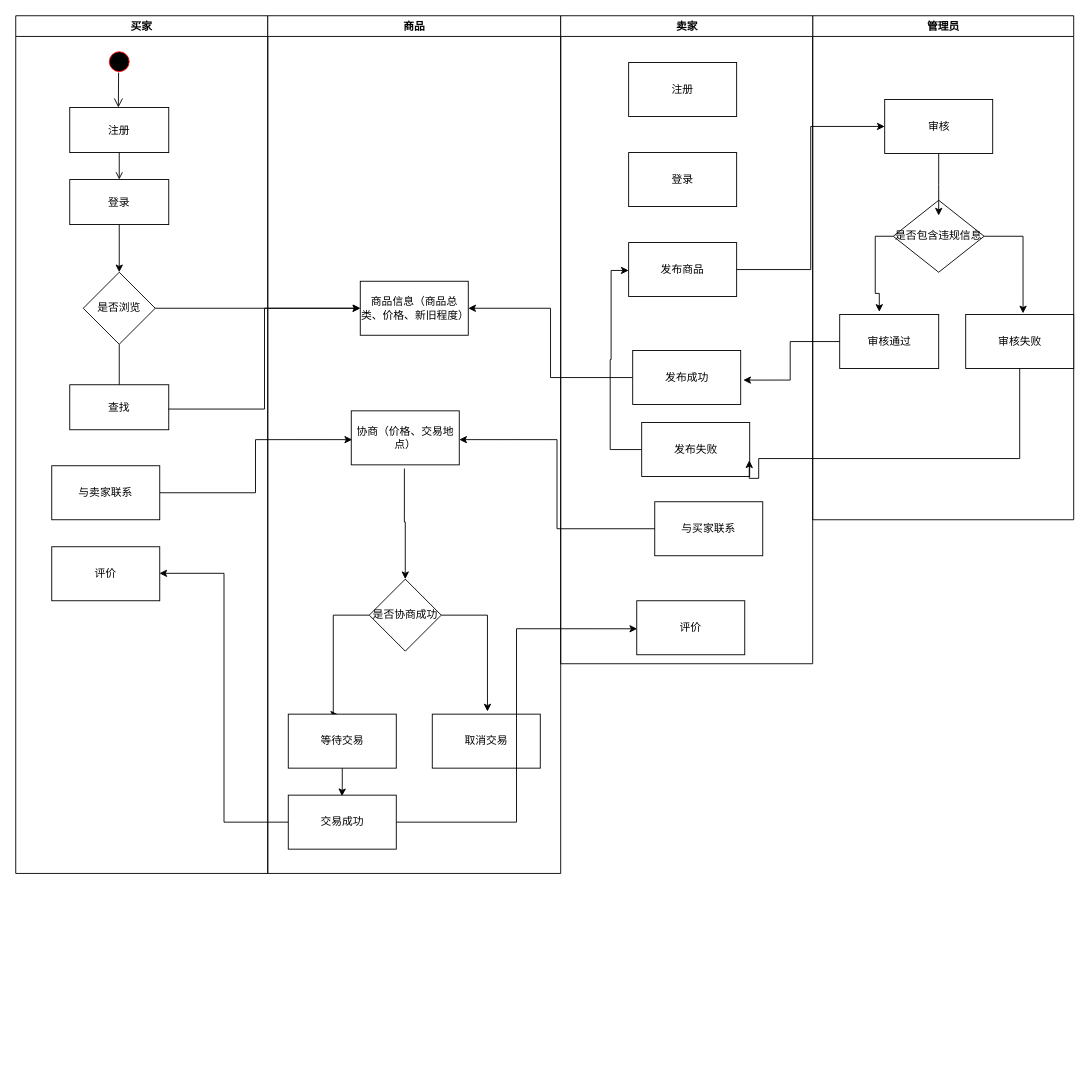
200928/image keeps this draw.io diagram as page "Page-1" (1 of 2) of Untitled Diagram.drawio. Above is the earlier version. Source tidied: cells renumbered, new cells numbered last; positions are measured from the earlier drawing's top-left corner, leaving out a move shared by most shapes. Both pictures are drawn from the tidied source at 90%, with x=0, y=0 at pixel (15, 15).
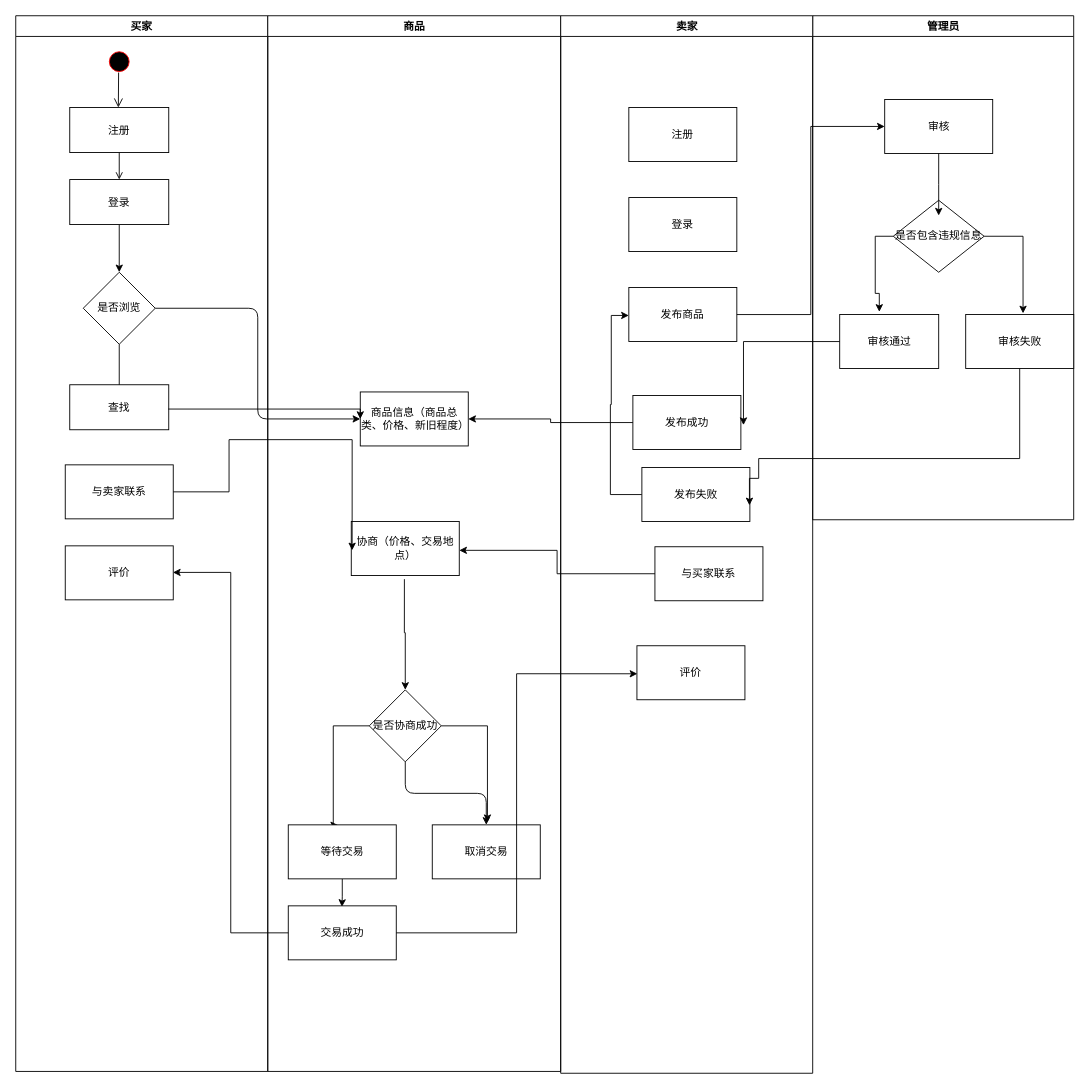
Above is the later version.

Unchanged cells that the change refers to:
```xml
<mxCell id="8" value="查找" style="rounded=0;" parent="2" vertex="1">
  <mxGeometry x="60" y="410" width="110" height="50" as="geometry" />
</mxCell>
```

Change to the diagram source:
```diff
@@
     <mxCell id="2" value="买家" style="swimlane;whiteSpace=wrap;rounded=0;" parent="1" vertex="1">
-      <mxGeometry width="280" height="953" as="geometry" />
+      <mxGeometry width="280" height="1173" as="geometry" />
     </mxCell>
@@
     <mxCell id="11" value="评价" style="whiteSpace=wrap;html=1;rounded=0;" parent="2" vertex="1">
-      <mxGeometry x="40" y="590" width="120" height="60" as="geometry" />
+      <mxGeometry x="55" y="589" width="120" height="60" as="geometry" />
     </mxCell>
@@
+    <mxCell id="46" value="与卖家联系" style="whiteSpace=wrap;html=1;rounded=0;" parent="2" vertex="1">
+      <mxGeometry x="55" y="499" width="120" height="60" as="geometry" />
+    </mxCell>
@@
     <mxCell id="20" value="商品" style="swimlane;whiteSpace=wrap;rounded=0;" parent="1" vertex="1">
-      <mxGeometry x="280" width="325.5" height="953" as="geometry" />
+      <mxGeometry x="280" width="325.5" height="1173" as="geometry" />
     </mxCell>
     <mxCell id="21" value="商品信息（商品总类、价格、新旧程度）" style="whiteSpace=wrap;html=1;rounded=0;" parent="20" vertex="1">
-      <mxGeometry x="102.8" y="295" width="120" height="60" as="geometry" />
+      <mxGeometry x="102.8" y="418" width="120" height="60" as="geometry" />
     </mxCell>
     <mxCell id="22" value="协商（价格、交易地点）" style="whiteSpace=wrap;html=1;rounded=0;" parent="20" vertex="1">
-      <mxGeometry x="92.8" y="439" width="120" height="60" as="geometry" />
+      <mxGeometry x="92.8" y="562" width="120" height="60" as="geometry" />
     </mxCell>
     <mxCell id="23" style="edgeStyle=orthogonalEdgeStyle;rounded=0;jettySize=auto;html=1;entryX=0.462;entryY=0.006;entryDx=0;entryDy=0;entryPerimeter=0;" parent="20" edge="1" source="25" target="28">
       <mxGeometry relative="1" as="geometry">
         <Array as="points">
-          <mxPoint x="72.8" y="666" />
-          <mxPoint x="72.8" y="776" />
+          <mxPoint x="72.8" y="789" />
+          <mxPoint x="72.8" y="899" />
         </Array>
       </mxGeometry>
     </mxCell>
@@
+    <mxCell id="52" style="edgeStyle=orthogonalEdgeStyle;rounded=1;sketch=0;jettySize=auto;html=1;" parent="20" edge="1" source="25" target="29">
+      <mxGeometry relative="1" as="geometry" />
+    </mxCell>
     <mxCell id="25" value="是否协商成功" style="rhombus;whiteSpace=wrap;html=1;rounded=0;" parent="20" vertex="1">
-      <mxGeometry x="112.8" y="626" width="80" height="80" as="geometry" />
+      <mxGeometry x="112.8" y="749" width="80" height="80" as="geometry" />
     </mxCell>
@@
     <mxCell id="28" value="等待交易" style="whiteSpace=wrap;html=1;rounded=0;" parent="20" vertex="1">
-      <mxGeometry x="22.8" y="776" width="120" height="60" as="geometry" />
+      <mxGeometry x="22.8" y="899" width="120" height="60" as="geometry" />
     </mxCell>
     <mxCell id="29" value="取消交易" style="whiteSpace=wrap;html=1;rounded=0;" parent="20" vertex="1">
-      <mxGeometry x="182.8" y="776" width="120" height="60" as="geometry" />
+      <mxGeometry x="182.8" y="899" width="120" height="60" as="geometry" />
     </mxCell>
     <mxCell id="30" value="交易成功" style="whiteSpace=wrap;html=1;rounded=0;" parent="20" vertex="1">
-      <mxGeometry x="22.8" y="866" width="120" height="60" as="geometry" />
+      <mxGeometry x="22.8" y="989" width="120" height="60" as="geometry" />
     </mxCell>
     <mxCell id="31" style="rounded=0;jettySize=auto;html=1;entryX=0;entryY=0.5;entryDx=0;entryDy=0;startArrow=none;exitX=0.995;exitY=0.54;exitDx=0;exitDy=0;exitPerimeter=0;edgeStyle=orthogonalEdgeStyle;" parent="1" edge="1" source="8" target="21">
-      <mxGeometry relative="1" as="geometry" />
+      <mxGeometry relative="1" as="geometry">
+        <Array as="points">
+          <mxPoint x="383" y="437" />
+        </Array>
+      </mxGeometry>
     </mxCell>
     <mxCell id="32" value="卖家" style="swimlane;whiteSpace=wrap;startSize=23;rounded=0;" parent="1" vertex="1">
-      <mxGeometry x="605.5" width="280" height="720" as="geometry" />
+      <mxGeometry x="605.5" width="280" height="1175" as="geometry" />
     </mxCell>
     <mxCell id="33" value="登录" style="whiteSpace=wrap;html=1;rounded=0;" parent="32" vertex="1">
-      <mxGeometry x="75.5" y="152" width="120" height="60" as="geometry" />
+      <mxGeometry x="75.7" y="202" width="120" height="60" as="geometry" />
     </mxCell>
     <mxCell id="34" value="注册" style="whiteSpace=wrap;html=1;rounded=0;" parent="32" vertex="1">
-      <mxGeometry x="75.5" y="52" width="120" height="60" as="geometry" />
+      <mxGeometry x="75.7" y="102" width="120" height="60" as="geometry" />
     </mxCell>
     <mxCell id="35" value="发布商品" style="whiteSpace=wrap;html=1;rounded=0;" parent="32" vertex="1">
-      <mxGeometry x="75.5" y="252" width="120" height="60" as="geometry" />
+      <mxGeometry x="75.7" y="302" width="120" height="60" as="geometry" />
     </mxCell>
     <mxCell id="36" style="edgeStyle=orthogonalEdgeStyle;rounded=0;jettySize=auto;html=1;entryX=0;entryY=0.517;entryDx=0;entryDy=0;entryPerimeter=0;" parent="32" edge="1" source="37" target="35">
       <mxGeometry relative="1" as="geometry">
         <Array as="points">
-          <mxPoint x="55" y="482" />
-          <mxPoint x="55" y="382" />
-          <mxPoint x="56" y="382" />
-          <mxPoint x="56" y="283" />
+          <mxPoint x="55.2" y="532" />
+          <mxPoint x="55.2" y="432" />
+          <mxPoint x="56.2" y="432" />
+          <mxPoint x="56.2" y="333" />
         </Array>
       </mxGeometry>
     </mxCell>
     <mxCell id="37" value="发布失败" style="whiteSpace=wrap;html=1;rounded=0;" parent="32" vertex="1">
-      <mxGeometry x="90" y="452" width="120" height="60" as="geometry" />
+      <mxGeometry x="90.2" y="502" width="120" height="60" as="geometry" />
     </mxCell>
     <mxCell id="38" value="与买家联系" style="whiteSpace=wrap;html=1;rounded=0;" parent="32" vertex="1">
-      <mxGeometry x="104.5" y="540" width="120" height="60" as="geometry" />
+      <mxGeometry x="104.7" y="590" width="120" height="60" as="geometry" />
     </mxCell>
+    <mxCell id="42" value="发布成功" style="whiteSpace=wrap;html=1;rounded=0;" parent="32" vertex="1">
+      <mxGeometry x="80.2" y="422" width="120" height="60" as="geometry" />
+    </mxCell>
+    <mxCell id="49" value="评价" style="whiteSpace=wrap;html=1;rounded=0;" parent="32" vertex="1">
+      <mxGeometry x="84.7" y="700" width="120" height="60" as="geometry" />
+    </mxCell>
@@
-    <mxCell id="42" value="发布成功" style="whiteSpace=wrap;html=1;rounded=0;" parent="1" vertex="1">
-      <mxGeometry x="685.5" y="372" width="120" height="60" as="geometry" />
-    </mxCell>
@@
     <mxCell id="45" style="rounded=0;jettySize=auto;html=1;entryX=0.008;entryY=0.533;entryDx=0;entryDy=0;entryPerimeter=0;edgeStyle=orthogonalEdgeStyle;" parent="1" edge="1" source="46" target="22">
-      <mxGeometry relative="1" as="geometry" />
+      <mxGeometry relative="1" as="geometry">
+        <Array as="points">
+          <mxPoint x="237" y="529" />
+          <mxPoint x="237" y="471" />
+        </Array>
+      </mxGeometry>
     </mxCell>
-    <mxCell id="46" value="与卖家联系" style="whiteSpace=wrap;html=1;rounded=0;" parent="1" vertex="1">
-      <mxGeometry x="40" y="500" width="120" height="60" as="geometry" />
-    </mxCell>
@@
-    <mxCell id="49" value="评价" style="whiteSpace=wrap;html=1;rounded=0;" parent="1" vertex="1">
-      <mxGeometry x="690" y="650" width="120" height="60" as="geometry" />
-    </mxCell>
```
